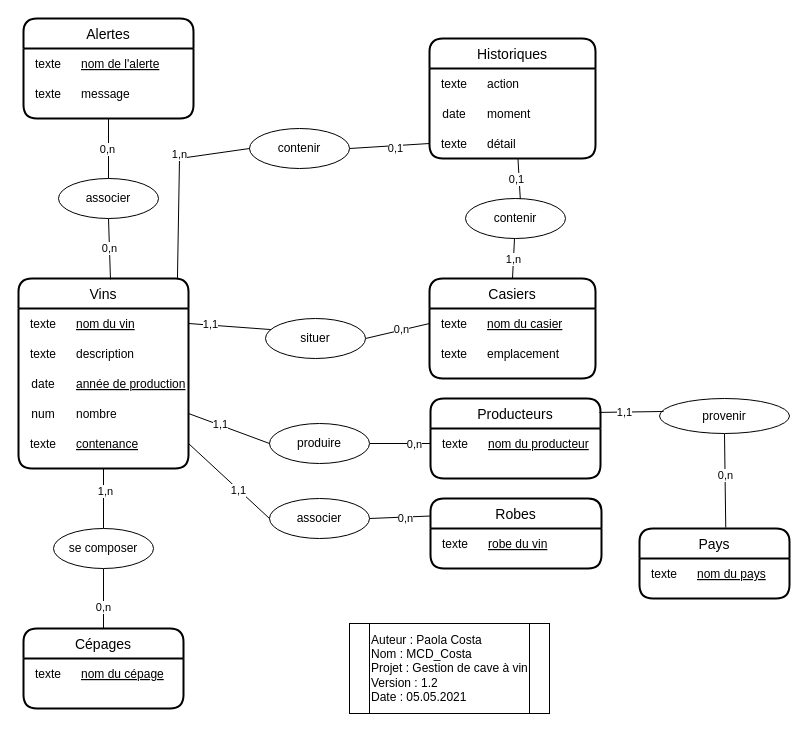
Before: docs_avec_modification/baseDeDonnees/MCD_Costa.drawio in AhVen98/TPI_gestionCaveAVin, a draw.io diagram. Source tidied: cells renumbered, new cells numbered last; positions are measured from the earlier drawing's top-left corner, leaving out a move shared by most shapes. Both pictures are drawn from the tidied source at 100%, with x=0, y=0 at pixel (18, 18).
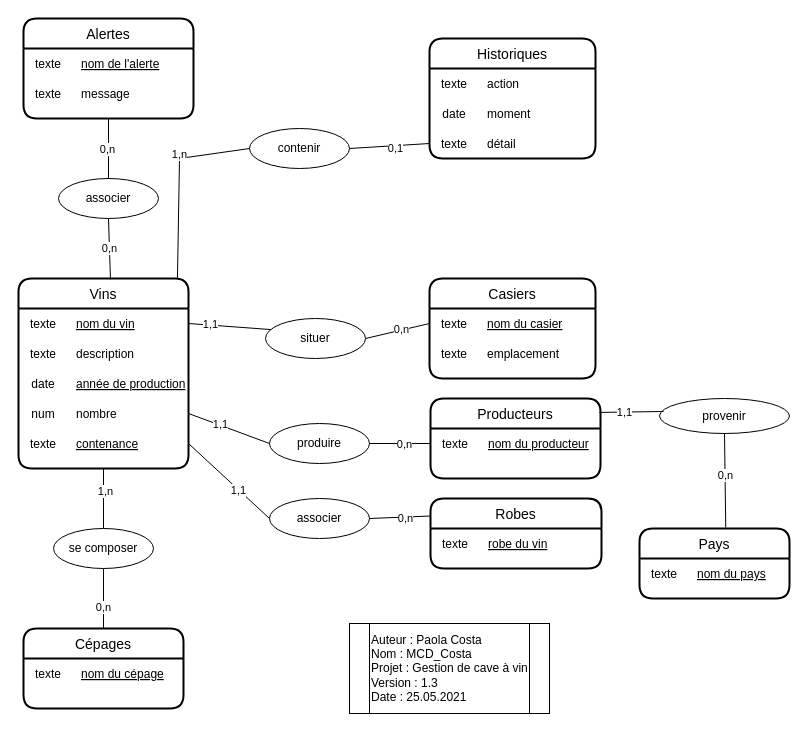
Above is the later version.

Unchanged cells that the change refers to:
```xml
<mxCell id="24" style="endArrow=none;html=1;rounded=0;exitX=1;exitY=0.5;exitDx=0;exitDy=0;entryX=0;entryY=0.5;entryDx=0;entryDy=0;" parent="1" edge="1" source="26" target="21">
  <mxGeometry relative="1" as="geometry" />
</mxCell>
<mxCell id="59" value="Casiers" style="swimlane;horizontal=1;startSize=30;rounded=1;fontSize=14;fontStyle=0;strokeWidth=2;shadow=0;dashed=0;align=center;" parent="1" vertex="1">
  <mxGeometry x="411" y="260" width="166" height="100" as="geometry" />
</mxCell>
<mxCell id="94" style="shape=partialRectangle;fillColor=none;top=0;left=0;bottom=0;right=0;points=[[0,0.5],[1,0.5]];portConstraint=eastwest;" parent="87" vertex="1">
  <mxGeometry y="60" width="166" height="30" as="geometry" />
</mxCell>
```

Diff of the diagram source:
```diff
@@
     <mxCell id="25" value="0,n" style="edgeLabel;html=1;align=center;verticalAlign=middle;" parent="24" vertex="1">
-      <mxGeometry x="0.44" relative="1" as="geometry" />
+      <mxGeometry x="0.44" relative="1" as="geometry">
+        <mxPoint x="-10" as="offset" />
+      </mxGeometry>
     </mxCell>
@@
-    <mxCell id="72" value="Auteur : Paola Costa&lt;br&gt;Nom : MCD_Costa&lt;br&gt;Projet : Gestion de cave à vin&lt;br&gt;Version : 1.2&lt;br&gt;Date : 05.05.2021" style="shape=process;whiteSpace=wrap;html=1;backgroundOutline=1;align=left;" parent="1" vertex="1">
+    <mxCell id="72" value="Auteur : Paola Costa&lt;br&gt;Nom : MCD_Costa&lt;br&gt;Projet : Gestion de cave à vin&lt;br&gt;Version : 1.3&lt;br&gt;Date : 25.05.2021" style="shape=process;whiteSpace=wrap;html=1;backgroundOutline=1;align=left;" parent="1" vertex="1">
       <mxGeometry x="331" y="605" width="200" height="90" as="geometry" />
     </mxCell>
@@
-    <mxCell id="102" style="endArrow=none;html=1;rounded=0;entryX=0.5;entryY=0;entryDx=0;entryDy=0;" parent="1" edge="1" source="104" target="59">
-      <mxGeometry relative="1" as="geometry" />
-    </mxCell>
-    <mxCell id="103" value="1,n" style="edgeLabel;html=1;align=center;verticalAlign=middle;" parent="102" vertex="1">
-      <mxGeometry x="-0.52" y="-1" relative="1" as="geometry">
-        <mxPoint x="0.4" y="10.4" as="offset" />
-      </mxGeometry>
-    </mxCell>
-    <mxCell id="104" value="contenir" style="ellipse;whiteSpace=wrap;html=1;align=center;" parent="1" vertex="1">
-      <mxGeometry x="447" y="180" width="100" height="40" as="geometry" />
-    </mxCell>
-    <mxCell id="105" style="endArrow=none;html=1;rounded=0;exitX=0.533;exitY=1.007;exitDx=0;exitDy=0;exitPerimeter=0;entryX=0.548;entryY=0.014;entryDx=0;entryDy=0;entryPerimeter=0;" parent="1" edge="1" source="94" target="104">
-      <mxGeometry relative="1" as="geometry" />
-    </mxCell>
-    <mxCell id="106" value="0,1" style="edgeLabel;html=1;align=center;verticalAlign=middle;" parent="105" vertex="1">
-      <mxGeometry x="-0.33" relative="1" as="geometry">
-        <mxPoint x="-2.8" y="6" as="offset" />
-      </mxGeometry>
-    </mxCell>
```
